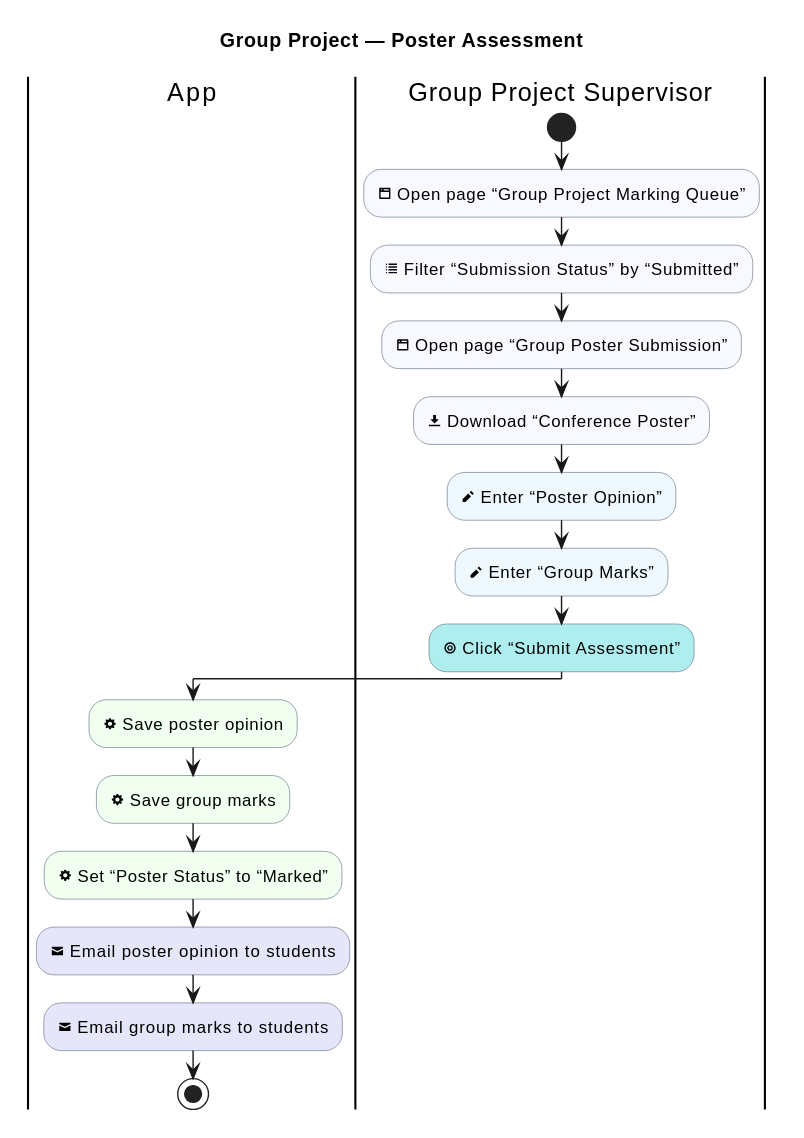
Before: industrial-placement-group-project/diagrams/group-project/poster-assessment.svg, a diagram exported from PlantUML (sdflkjssl/sdflkjssl.github.io).
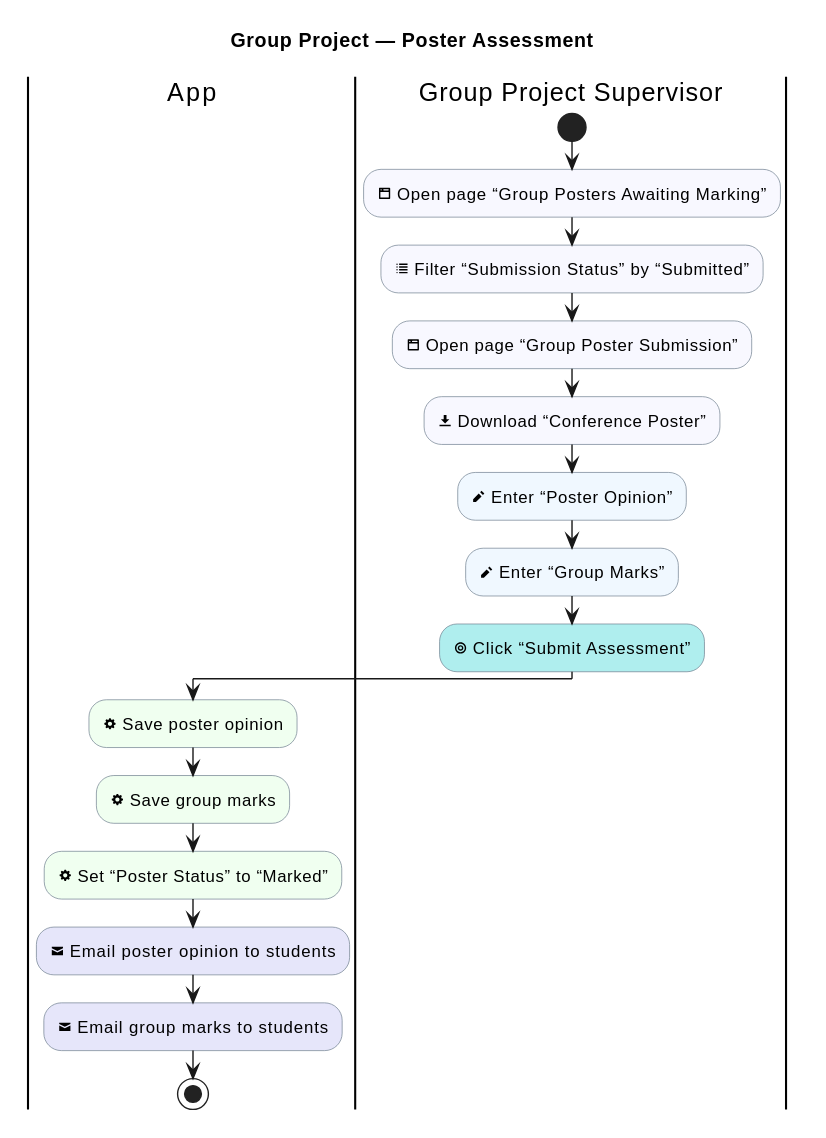
The same diagram one commit later.

Change to the diagram source:
```diff
@@ -12,7 +12,7 @@
 
 |Group Project Supervisor|
 start
-:<&browser> Open page “Group Project Marking Queue”; <<#GhostWhite>>
+:<&browser> Open page “Group Posters Awaiting Marking”; <<#GhostWhite>>
 :<&list> Filter “Submission Status” by “Submitted”; <<#GhostWhite>>
 :<&browser> Open page “Group Poster Submission”; <<#GhostWhite>>
 :<&data-transfer-download> Download “Conference Poster”; <<#GhostWhite>>
```
